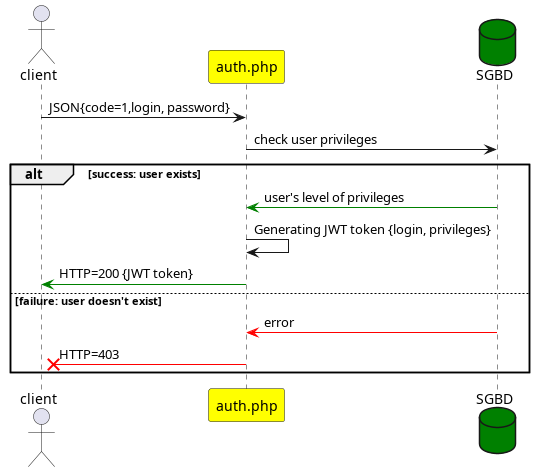
Before: doc/seq_auth.png, a diagram exported from PlantUML (DARWICHAli/inventoryprocessapi).
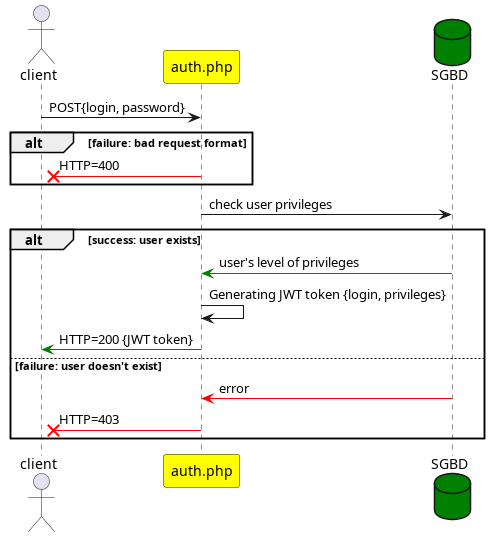
After the change.

What changed in the source:
```diff
@@ -3,7 +3,11 @@
 participant auth.php as auth #yellow
 database SGBD as bdd #green
 
-client -> auth: JSON{code=1,login, password}
+client -> auth: POST{login, password}
+alt failure: bad request format
+auth -[#red]x client: HTTP=400
+end
+
 auth -> bdd: check user privileges
 
 alt success: user exists
```
